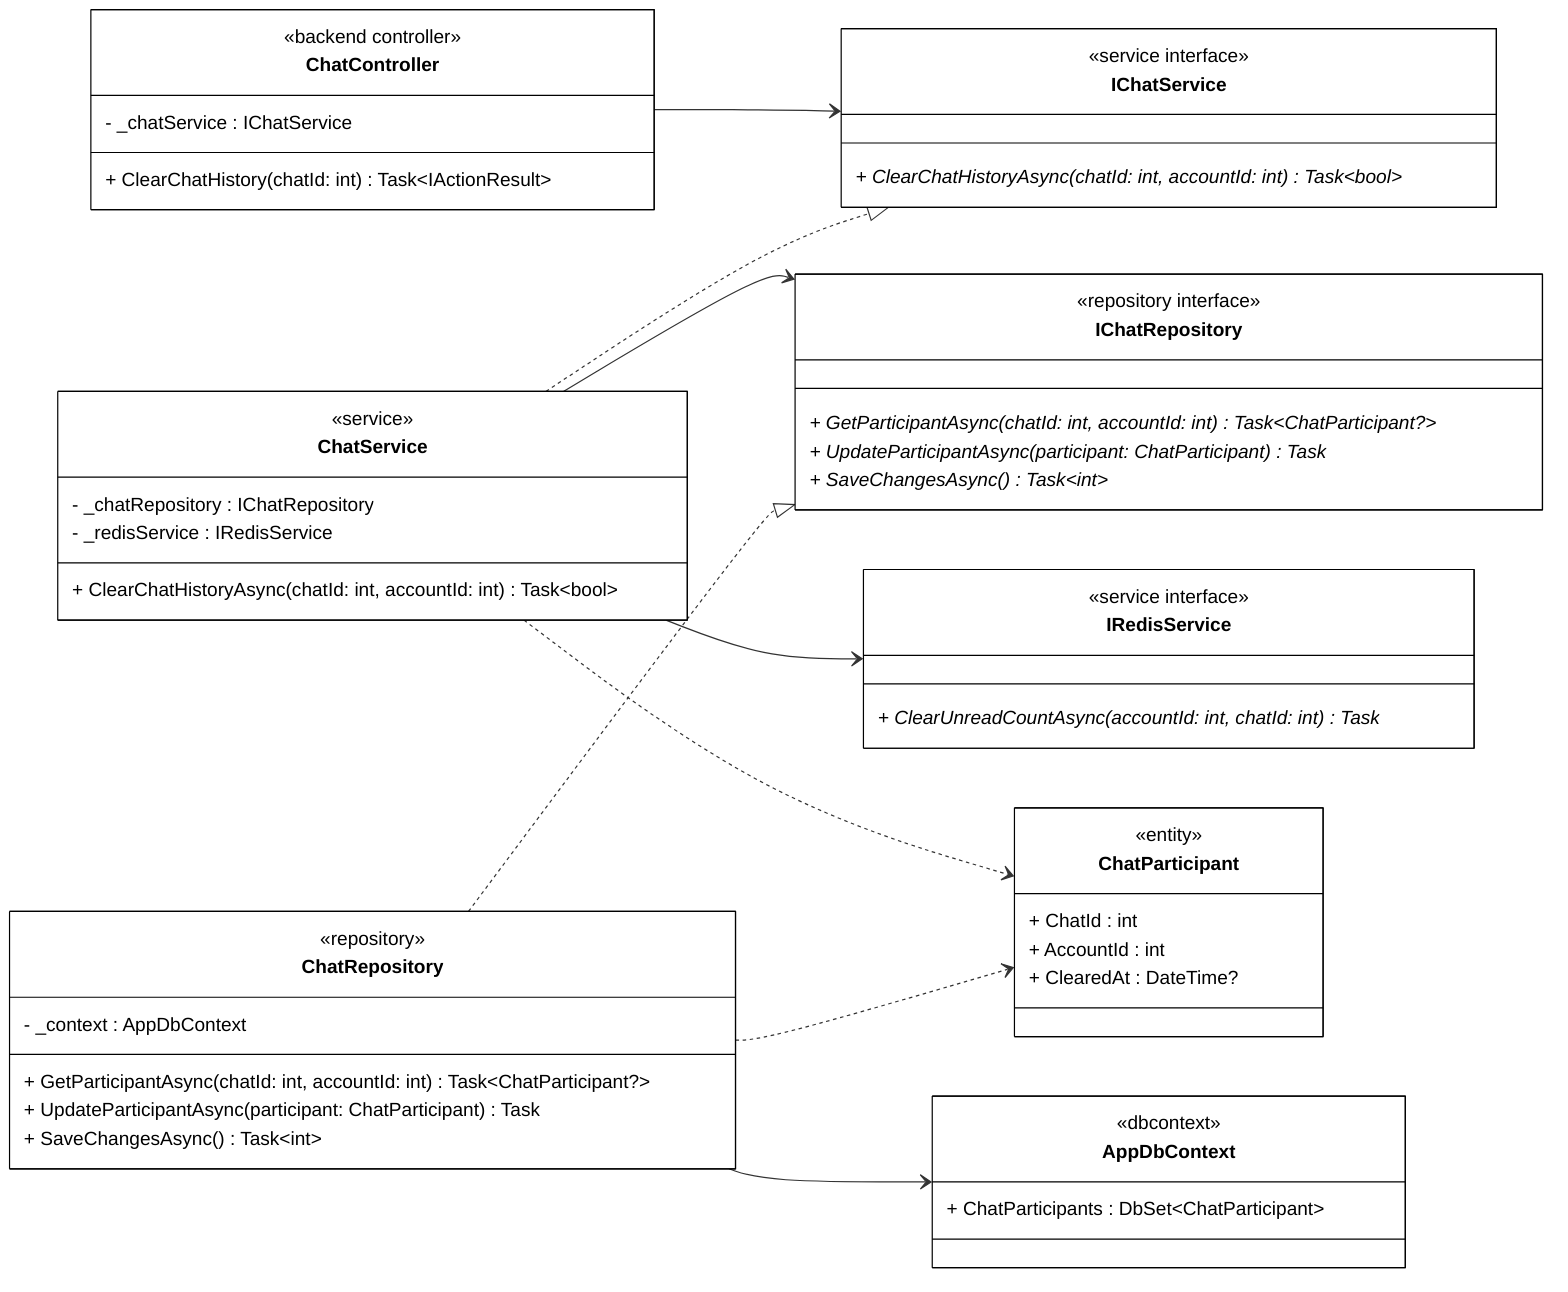
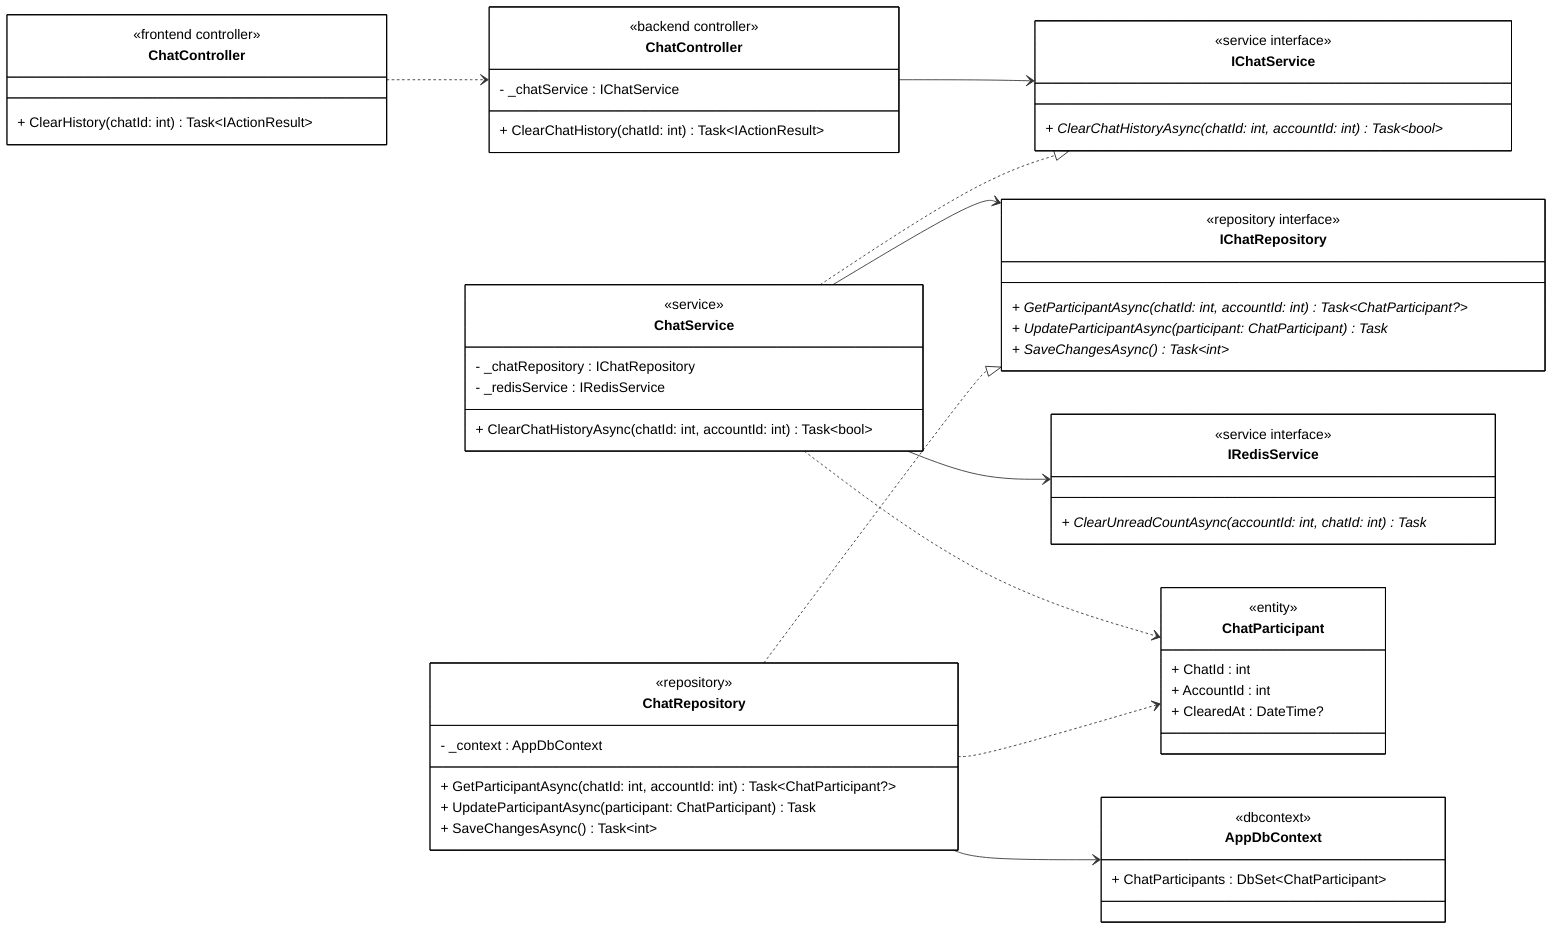
classDiagram
direction LR
+ 
+ %% ==================== FRONTEND ====================
+ 
+ class FrontendController["ChatController"] {
+     <<frontend controller>>
+     + ClearHistory(chatId: int) Task~IActionResult~
+ }

%% ==================== BACKEND - CONTROLLER ====================

class ChatControllerBE["ChatController"] {
    <<backend controller>>
    - _chatService : IChatService
    + ClearChatHistory(chatId: int) Task~IActionResult~
}

%% ==================== BACKEND - DOMAIN ENTITIES ====================

class ChatParticipant {
    <<entity>>
    + ChatId : int
    + AccountId : int
    + ClearedAt : DateTime?
}

%% ==================== BACKEND - SERVICE INTERFACES ====================

class IChatService {
    <<service interface>>
    + ClearChatHistoryAsync(chatId: int, accountId: int) Task~bool~ *
}

class IRedisService {
    <<service interface>>
    + ClearUnreadCountAsync(accountId: int, chatId: int) Task *
}

%% ==================== BACKEND - REPOSITORY INTERFACES ====================

class IChatRepository {
    <<repository interface>>
    + GetParticipantAsync(chatId: int, accountId: int) Task~ChatParticipant?~ *
    + UpdateParticipantAsync(participant: ChatParticipant) Task *
    + SaveChangesAsync() Task~int~ *
}

%% ==================== BACKEND - SERVICE IMPLEMENTATION ====================

class ChatService {
    <<service>>
    - _chatRepository : IChatRepository
    - _redisService : IRedisService
    + ClearChatHistoryAsync(chatId: int, accountId: int) Task~bool~
}

%% ==================== BACKEND - REPOSITORY IMPLEMENTATION ====================

class ChatRepository {
    <<repository>>
    - _context : AppDbContext
    + GetParticipantAsync(chatId: int, accountId: int) Task~ChatParticipant?~
    + UpdateParticipantAsync(participant: ChatParticipant) Task
    + SaveChangesAsync() Task~int~
}

%% ==================== BACKEND - DbContext ====================

class AppDbContext {
    <<dbcontext>>
    + ChatParticipants : DbSet~ChatParticipant~
}

%% ==================== RELATIONSHIPS ====================

%% === UNIDIRECTIONAL ASSOCIATION ===
ChatControllerBE --> IChatService
ChatService --> IChatRepository
ChatService --> IRedisService
ChatRepository --> AppDbContext

%% === INTERFACE REALIZATION ===
ChatService ..|> IChatService
ChatRepository ..|> IChatRepository

%% === DEPENDENCY ===
+ FrontendController ..> ChatControllerBE
ChatService ..> ChatParticipant
ChatRepository ..> ChatParticipant

%% ==================== STYLES ====================

classDef default fill:#FFFFFF,stroke:#000000,stroke-width:1px,color:#000000
